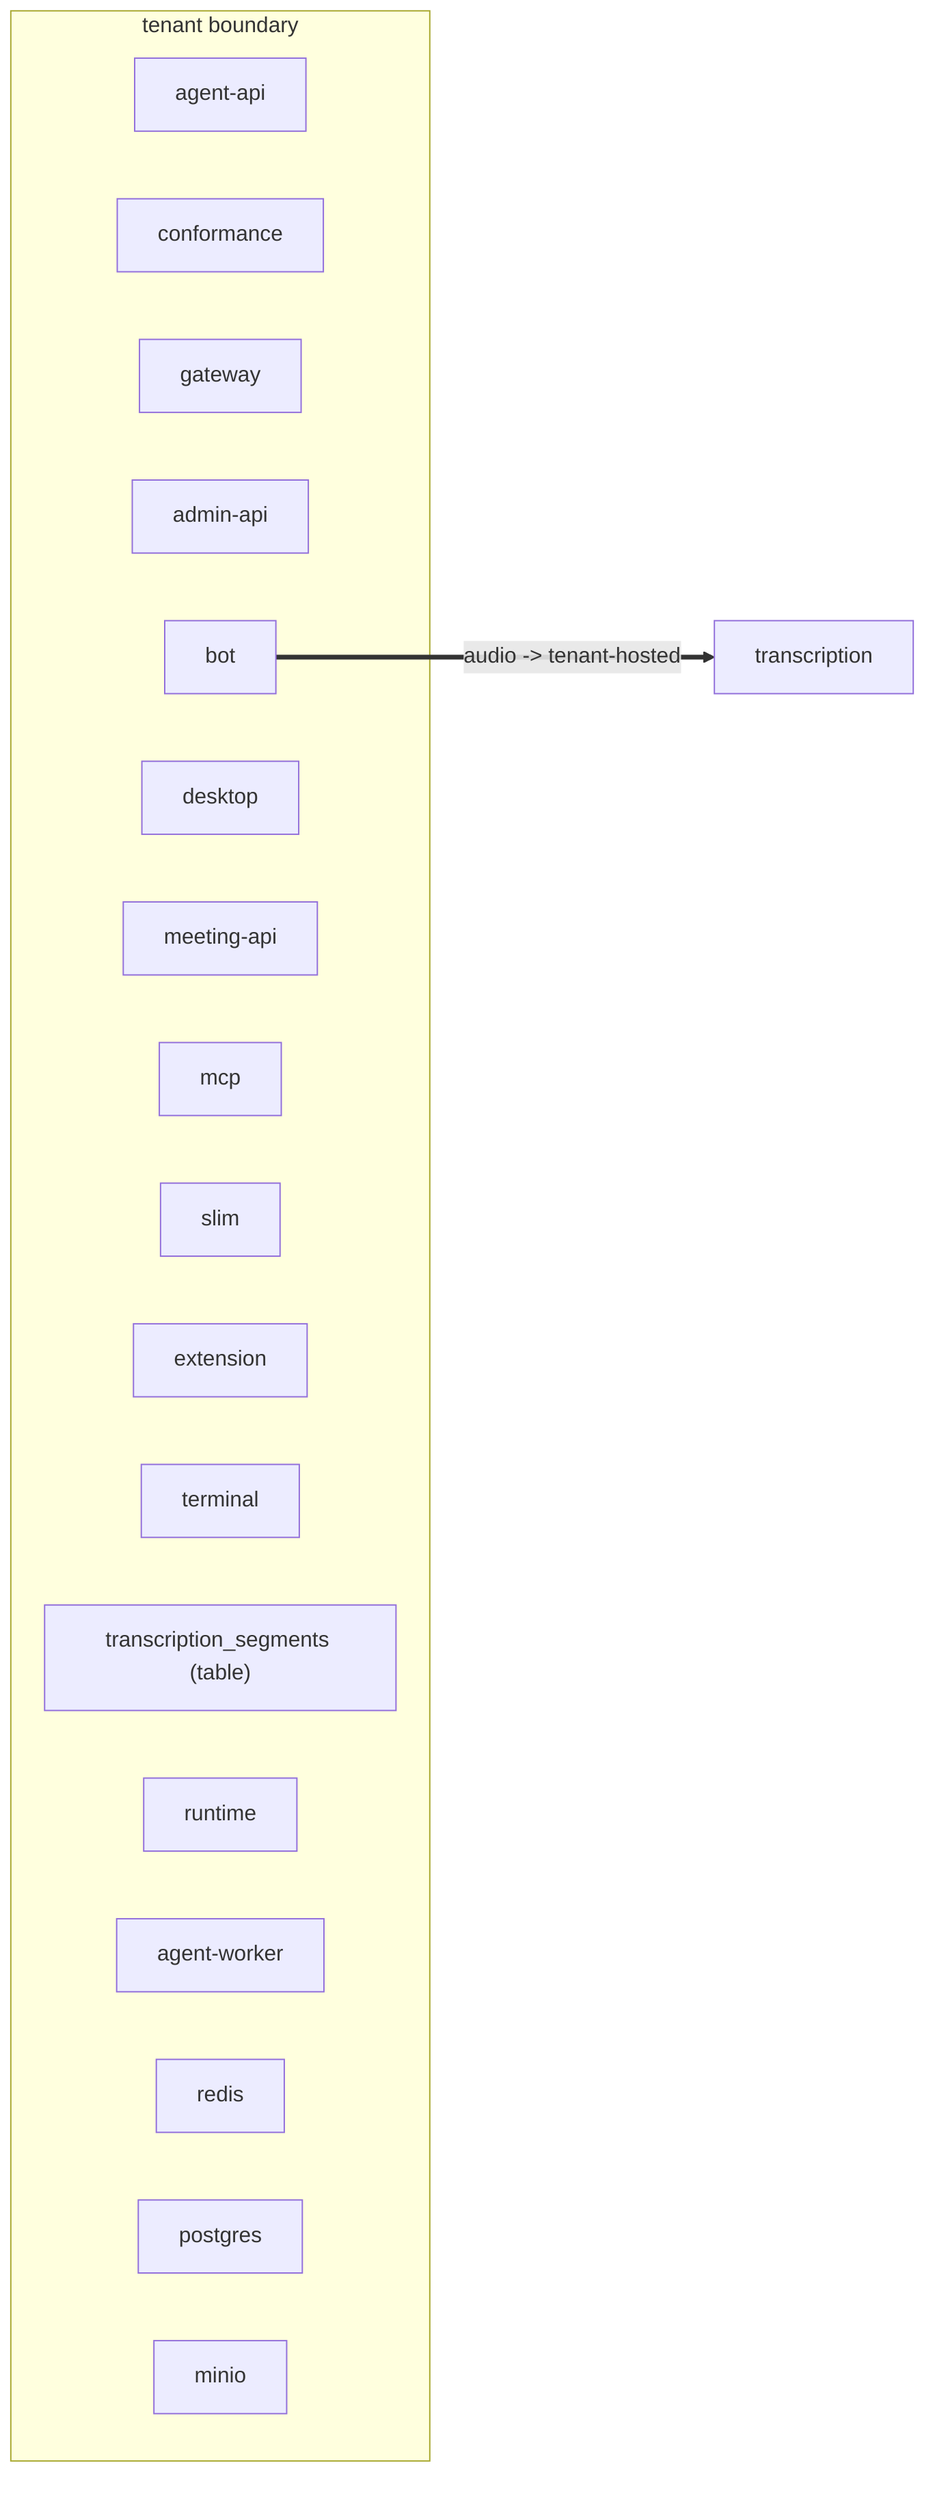
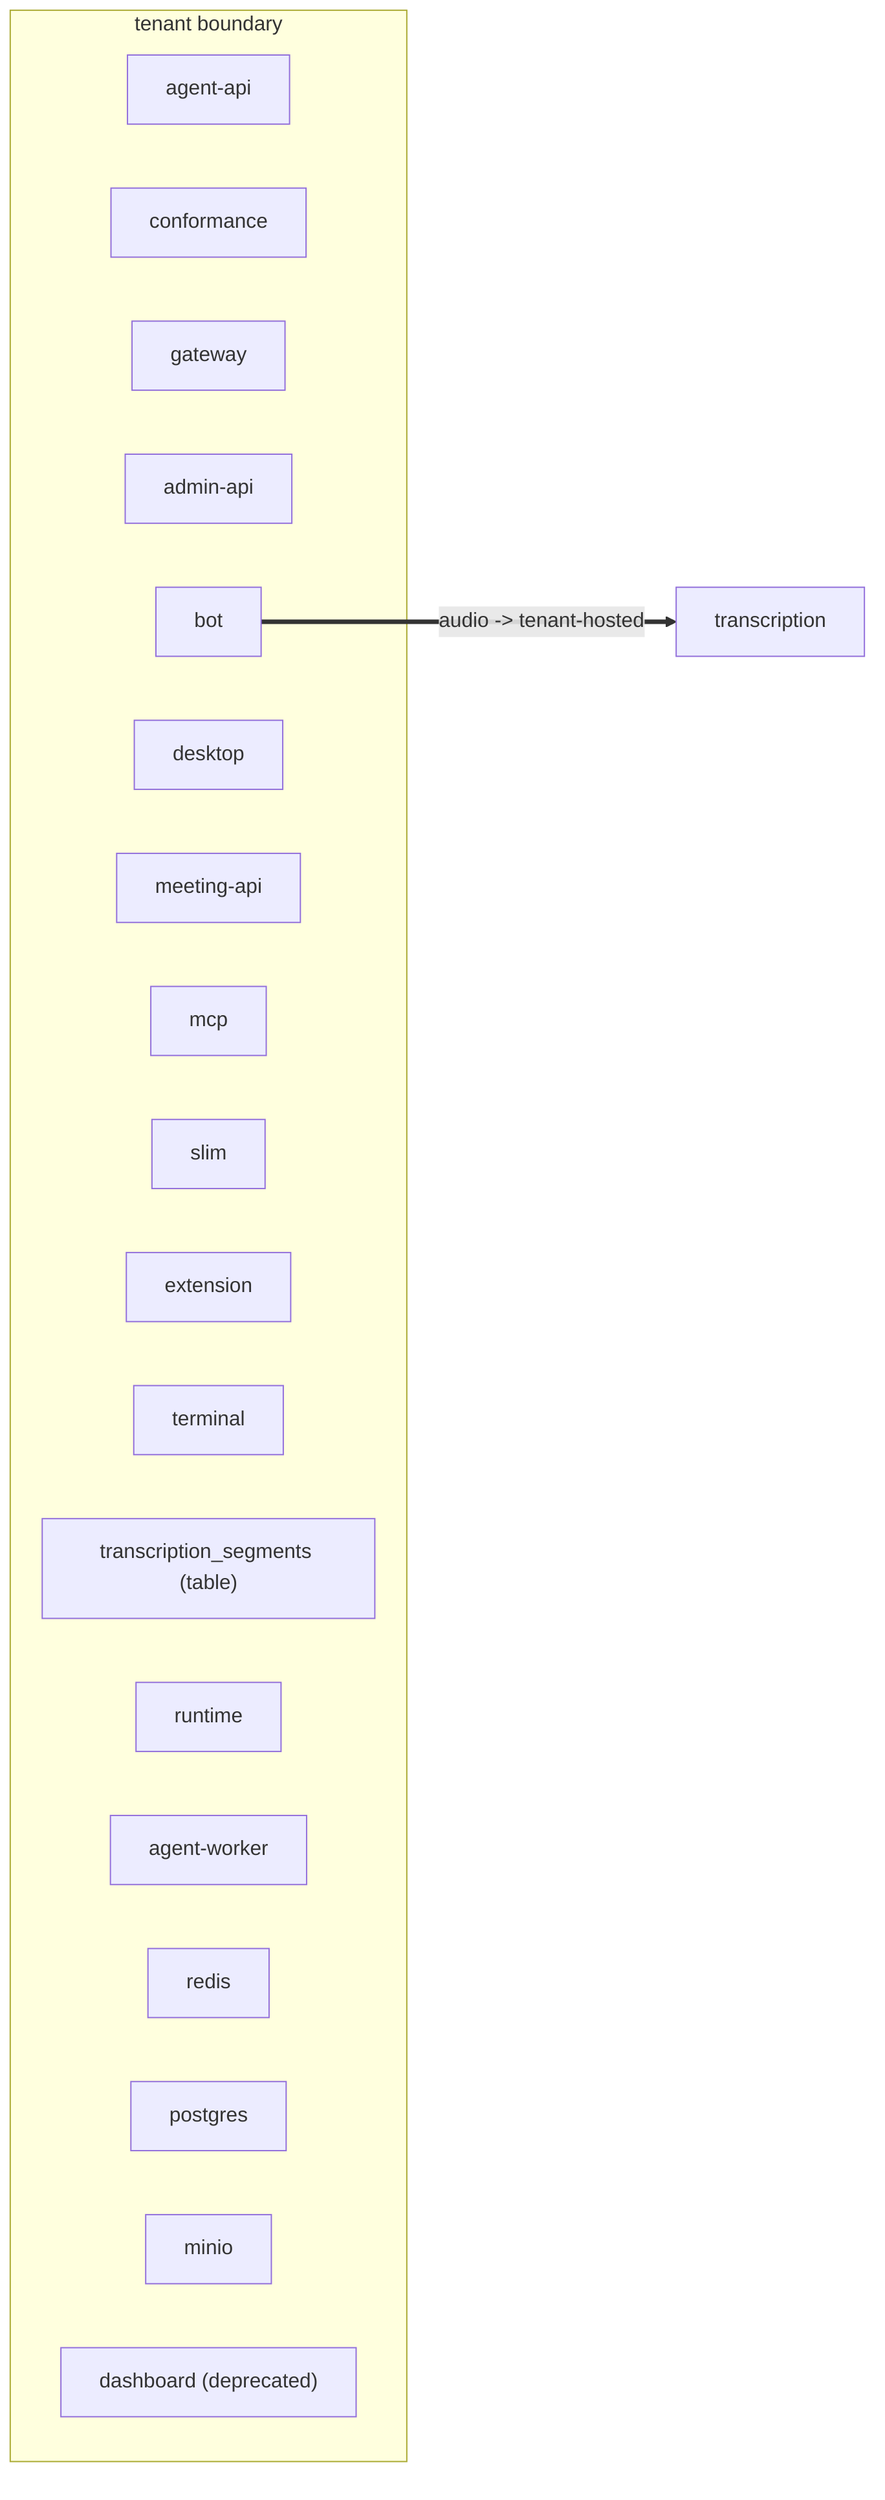
%% GENERATED — pnpm arch:dsl --write
flowchart LR
  subgraph tenant["tenant boundary"]
    agent_api["agent-api"]
    conformance["conformance"]
    gateway["gateway"]
    admin_api["admin-api"]
    bot["bot"]
    desktop["desktop"]
    meeting_api["meeting-api"]
    mcp["mcp"]
    slim["slim"]
    extension["extension"]
    terminal["terminal"]
    segments_table["transcription_segments (table)"]
    runtime["runtime"]
    agent_worker["agent-worker"]
    redis["redis"]
    postgres["postgres"]
    minio["minio"]
+     dashboard["dashboard (deprecated)"]
  end
  transcription["transcription"]
  bot ==>|"audio -> tenant-hosted"| transcription
